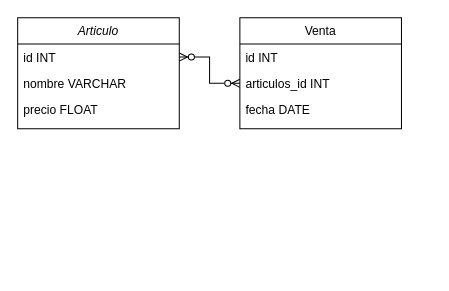
This is Diagramas/Relacion.drawio from Haoen219/ProyectoFinal, a draw.io file, before an edit. Source tidied: cells renumbered, new cells numbered last; positions are measured from the earlier drawing's top-left corner, leaving out a move shared by most shapes. Both pictures are drawn from the tidied source at 101%, with x=0, y=0 at pixel (17, 17).
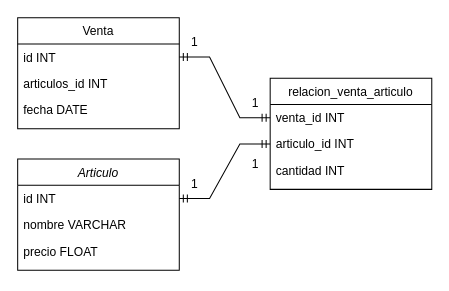
The same diagram, later.

Commit message (it also covers changes not shown here):
Modificación y actualización de ta diagrama de relaciones.

The edit, as a diff of the source:
```diff
@@
 <mxGraphModel>
   <root>
     <mxCell id="0" />
     <mxCell id="1" parent="0" />
     <mxCell id="2" value="Articulo" style="swimlane;fontStyle=2;align=center;verticalAlign=top;horizontal=1;startSize=26;rounded=0;shadow=0;strokeWidth=1;" parent="1" vertex="1">
-      <mxGeometry width="160" height="110" as="geometry" />
+      <mxGeometry y="140" width="160" height="110" as="geometry" />
     </mxCell>
     <mxCell id="3" value="id INT" style="text;align=left;verticalAlign=top;spacingLeft=4;spacingRight=4;overflow=hidden;points=[[0,0.5],[1,0.5]];portConstraint=eastwest;" parent="2" vertex="1">
       <mxGeometry y="26" width="160" height="26" as="geometry" />
     </mxCell>
     <mxCell id="4" value="nombre VARCHAR" style="text;align=left;verticalAlign=top;spacingLeft=4;spacingRight=4;overflow=hidden;" parent="2" vertex="1">
       <mxGeometry y="52" width="160" height="26" as="geometry" />
     </mxCell>
     <mxCell id="5" value="precio FLOAT" style="text;align=left;verticalAlign=top;spacingLeft=4;spacingRight=4;overflow=hidden;rounded=0;shadow=0;html=0;" parent="2" vertex="1">
       <mxGeometry y="78" width="160" height="32" as="geometry" />
     </mxCell>
     <mxCell id="6" value="Venta" style="swimlane;fontStyle=0;align=center;verticalAlign=top;horizontal=1;startSize=26;rounded=0;shadow=0;strokeWidth=1;" parent="1" vertex="1">
-      <mxGeometry x="220" width="160" height="110" as="geometry" />
+      <mxGeometry width="160" height="110" as="geometry" />
     </mxCell>
     <mxCell id="7" value="id INT" style="text;align=left;verticalAlign=top;spacingLeft=4;spacingRight=4;overflow=hidden;points=[[0,0.5],[1,0.5]];portConstraint=eastwest;rounded=0;shadow=0;html=0;" parent="6" vertex="1">
       <mxGeometry y="26" width="160" height="26" as="geometry" />
     </mxCell>
     <mxCell id="8" value="articulos_id INT" style="text;align=left;verticalAlign=top;spacingLeft=4;spacingRight=4;overflow=hidden;points=[[0,0.5],[1,0.5]];portConstraint=eastwest;rounded=0;shadow=0;html=0;" parent="6" vertex="1">
       <mxGeometry y="52" width="160" height="26" as="geometry" />
     </mxCell>
     <mxCell id="9" value="fecha DATE" style="text;align=left;verticalAlign=top;spacingLeft=4;spacingRight=4;overflow=hidden;rounded=0;shadow=0;html=0;" parent="6" vertex="1">
       <mxGeometry y="78" width="160" height="26" as="geometry" />
     </mxCell>
-    <mxCell id="10" style="edgeStyle=entityRelationEdgeStyle;fontSize=12;html=1;endArrow=ERzeroToMany;endFill=1;startArrow=ERzeroToMany;rounded=0;exitX=1;exitY=0.5;exitDx=0;exitDy=0;entryX=0;entryY=0.5;entryDx=0;entryDy=0;" parent="1" edge="1" source="3" target="8">
-      <mxGeometry relative="1" as="geometry" />
-    </mxCell>
+    <mxCell id="11" value="relacion_venta_articulo" style="swimlane;fontStyle=0;align=center;verticalAlign=top;horizontal=1;startSize=26;rounded=0;shadow=0;strokeWidth=1;" parent="1" vertex="1">
+      <mxGeometry x="250" y="60" width="160" height="110" as="geometry" />
+    </mxCell>
+    <mxCell id="12" value="venta_id INT" style="text;align=left;verticalAlign=top;spacingLeft=4;spacingRight=4;overflow=hidden;points=[[0,0.5],[1,0.5]];portConstraint=eastwest;rounded=0;shadow=0;html=0;" parent="11" vertex="1">
+      <mxGeometry y="26" width="160" height="26" as="geometry" />
+    </mxCell>
+    <mxCell id="13" value="articulo_id INT" style="text;align=left;verticalAlign=top;spacingLeft=4;spacingRight=4;overflow=hidden;points=[[0,0.5],[1,0.5]];portConstraint=eastwest;rounded=0;shadow=0;html=0;" parent="11" vertex="1">
+      <mxGeometry y="52" width="160" height="26" as="geometry" />
+    </mxCell>
+    <mxCell id="14" value="cantidad INT" style="text;align=left;verticalAlign=top;spacingLeft=4;spacingRight=4;overflow=hidden;rounded=0;shadow=0;html=0;" parent="11" vertex="1">
+      <mxGeometry y="78" width="160" height="26" as="geometry" />
+    </mxCell>
+    <mxCell id="15" style="edgeStyle=entityRelationEdgeStyle;fontSize=12;html=1;endArrow=ERmandOne;startArrow=ERmandOne;rounded=0;entryX=0;entryY=0.5;entryDx=0;entryDy=0;exitX=1;exitY=0.5;exitDx=0;exitDy=0;" parent="1" edge="1" source="7" target="12">
+      <mxGeometry relative="1" as="geometry" />
+    </mxCell>
+    <mxCell id="16" style="edgeStyle=entityRelationEdgeStyle;fontSize=12;html=1;endArrow=ERmandOne;startArrow=ERmandOne;rounded=0;entryX=0;entryY=0.5;entryDx=0;entryDy=0;exitX=1;exitY=0.5;exitDx=0;exitDy=0;" parent="1" edge="1" source="3" target="13">
+      <mxGeometry relative="1" as="geometry" />
+    </mxCell>
+    <mxCell id="17" value="1" style="text;html=1;align=center;verticalAlign=middle;strokeColor=none;fillColor=none;" parent="1" vertex="1">
+      <mxGeometry x="160" y="10" width="30" height="30" as="geometry" />
+    </mxCell>
+    <mxCell id="18" value="1" style="text;html=1;align=center;verticalAlign=middle;strokeColor=none;fillColor=none;" parent="1" vertex="1">
+      <mxGeometry x="160" y="150" width="30" height="30" as="geometry" />
+    </mxCell>
+    <mxCell id="19" value="1" style="text;html=1;align=center;verticalAlign=middle;strokeColor=none;fillColor=none;" parent="1" vertex="1">
+      <mxGeometry x="220" y="70" width="30" height="30" as="geometry" />
+    </mxCell>
+    <mxCell id="20" value="1" style="text;html=1;align=center;verticalAlign=middle;strokeColor=none;fillColor=none;" parent="1" vertex="1">
+      <mxGeometry x="220" y="130" width="30" height="30" as="geometry" />
+    </mxCell>
   </root>
 </mxGraphModel>
```
